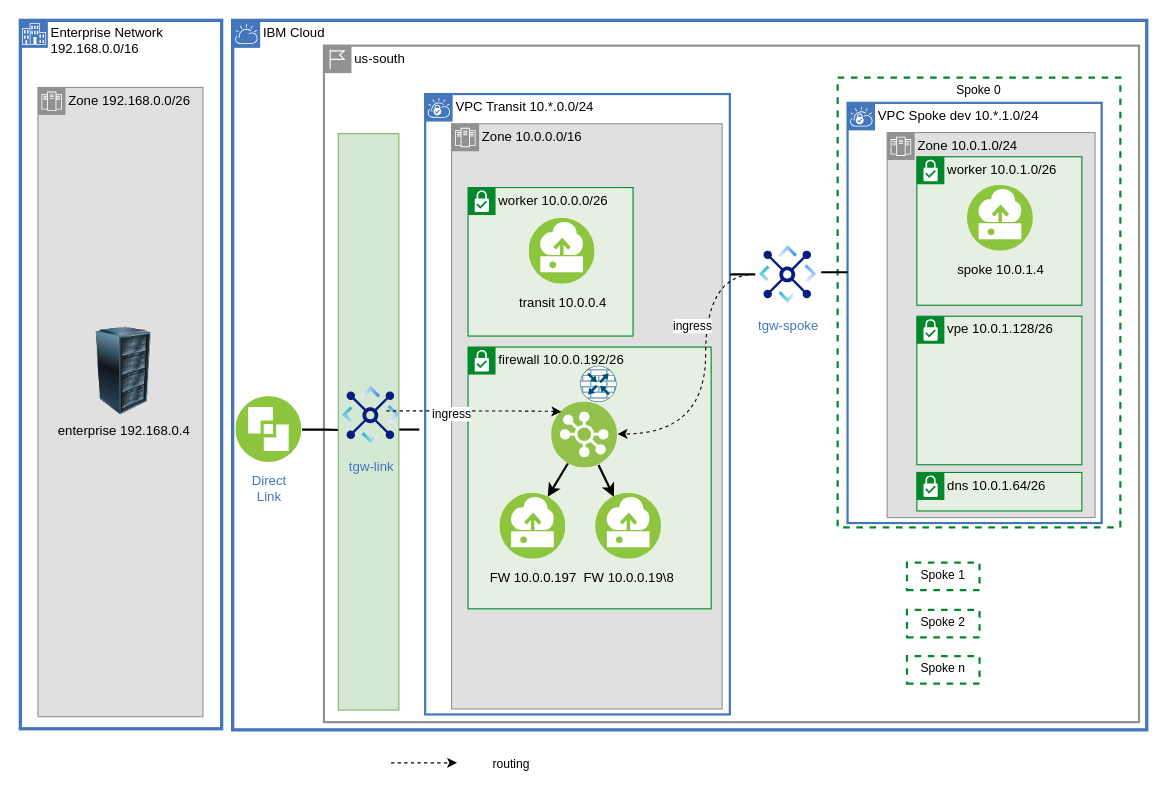
ibm-cloud-docs/solution-tutorials keeps this draw.io diagram as page "ha-firewall" (7 of 11) of diagrams/vpc-transit.drawio. Above is the earlier version. Source tidied: cells renumbered, new cells numbered last; positions are measured from the earlier drawing's top-left corner, leaving out a move shared by most shapes. Both pictures are drawn from the tidied source at 110%, with x=0, y=0 at pixel (20, 20).
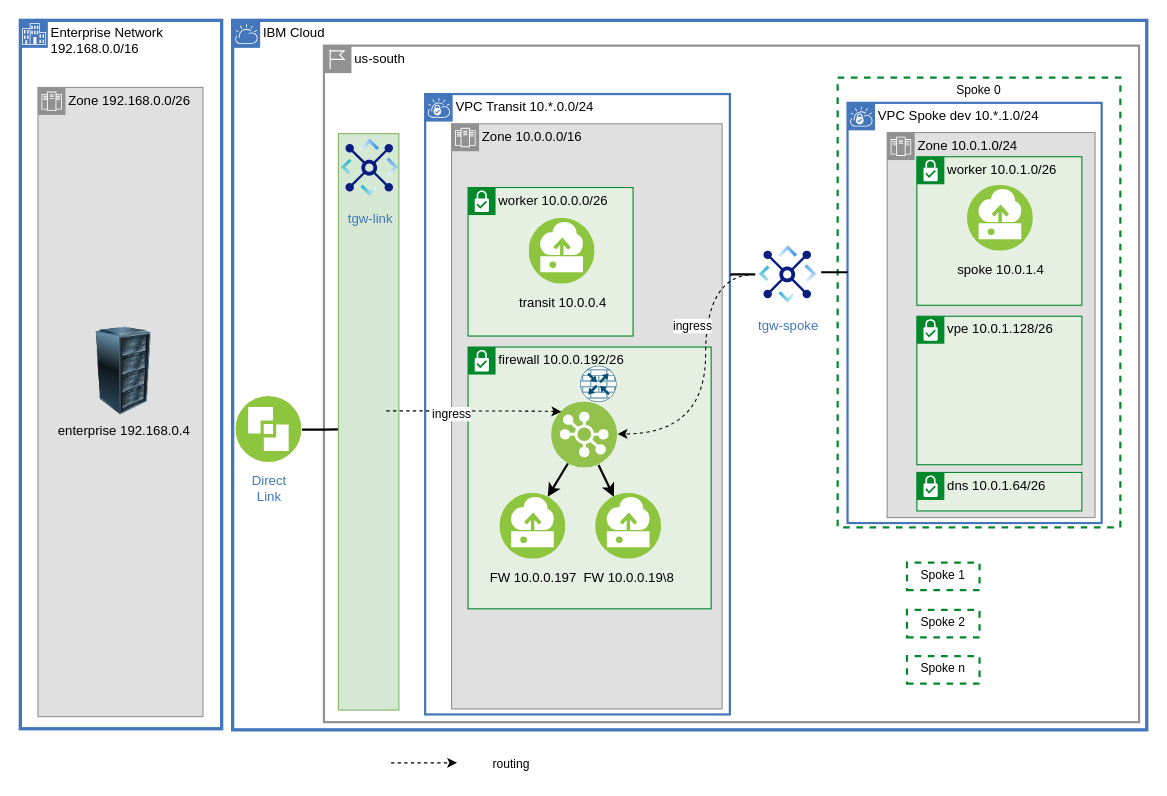
After the change.

Unchanged cells that the change refers to:
```xml
<mxCell id="8" value="VPC Transit 10.*.0.0/24" style="shape=mxgraph.ibm.box;prType=vpc;fontStyle=0;verticalAlign=top;align=left;spacingLeft=32;spacingTop=4;fillColor=none;rounded=0;whiteSpace=wrap;html=1;strokeColor=#4376BB;strokeWidth=2;dashed=0;spacing=-4;" parent="1" vertex="1">
  <mxGeometry x="368" y="67" width="277" height="564" as="geometry" />
</mxCell>
<mxCell id="34" value="Direct&lt;br&gt;Link" style="perimeter=ellipsePerimeter;html=1;align=center;shadow=0;dashed=0;fontColor=#4277BB;labelBackgroundColor=#ffffff;fontSize=12;spacingTop=3;image;image=img/lib/ibm/vpc/DirectLink.svg;" parent="31" vertex="1">
  <mxGeometry x="196" y="342" width="60" height="60" as="geometry" />
</mxCell>
<mxCell id="36" style="group;" parent="31" vertex="1">
  <mxGeometry x="289" y="103" width="60" height="524" as="geometry" />
</mxCell>
<mxCell id="37" style="whiteSpace=wrap;html=1;fontFamily=Helvetica;fontSize=11;fillColor=#d5e8d4;strokeColor=#82b366;" parent="36" vertex="1">
  <mxGeometry x="0.1" width="55" height="524" as="geometry" />
</mxCell>
```

Change to the diagram source:
```diff
@@
+    <mxCell id="48" style="edgeStyle=orthogonalEdgeStyle;shape=connector;rounded=0;jettySize=auto;html=1;entryX=0.034;entryY=0.513;entryDx=0;entryDy=0;entryPerimeter=0;labelBackgroundColor=default;strokeColor=default;strokeWidth=2;fontFamily=Helvetica;fontSize=11;fontColor=default;endArrow=none;endFill=0;" parent="1" edge="1" source="34" target="37">
+      <mxGeometry relative="1" as="geometry" />
+    </mxCell>
@@
-    <mxCell id="32" style="edgeStyle=orthogonalEdgeStyle;shape=connector;rounded=0;jettySize=auto;html=1;labelBackgroundColor=default;strokeColor=default;strokeWidth=2;fontFamily=Helvetica;fontSize=11;fontColor=default;endArrow=none;endFill=0;entryX=-0.019;entryY=0.541;entryDx=0;entryDy=0;entryPerimeter=0;" parent="31" edge="1" target="8">
-      <mxGeometry relative="1" as="geometry">
-        <mxPoint x="338" y="372" as="sourcePoint" />
-      </mxGeometry>
-    </mxCell>
@@
-    <mxCell id="35" style="edgeStyle=orthogonalEdgeStyle;shape=connector;rounded=0;jettySize=auto;html=1;entryX=0;entryY=0.75;entryDx=0;entryDy=0;labelBackgroundColor=default;strokeColor=default;strokeWidth=2;fontFamily=Helvetica;fontSize=11;fontColor=default;endArrow=none;endFill=0;" parent="31" edge="1" source="34" target="38">
-      <mxGeometry relative="1" as="geometry" />
-    </mxCell>
@@
     <mxCell id="38" value="tgw-link" style="perimeter=ellipsePerimeter;html=1;align=center;shadow=0;dashed=0;fontColor=#4277BB;fontSize=12;spacingTop=3;image;image=img/lib/ibm/vpc/TransitGateway.svg;labelBackgroundColor=none;" parent="36" vertex="1">
-      <mxGeometry y="226" width="60" height="60" as="geometry" />
+      <mxGeometry x="-1" y="1" width="60" height="60" as="geometry" />
     </mxCell>
```
